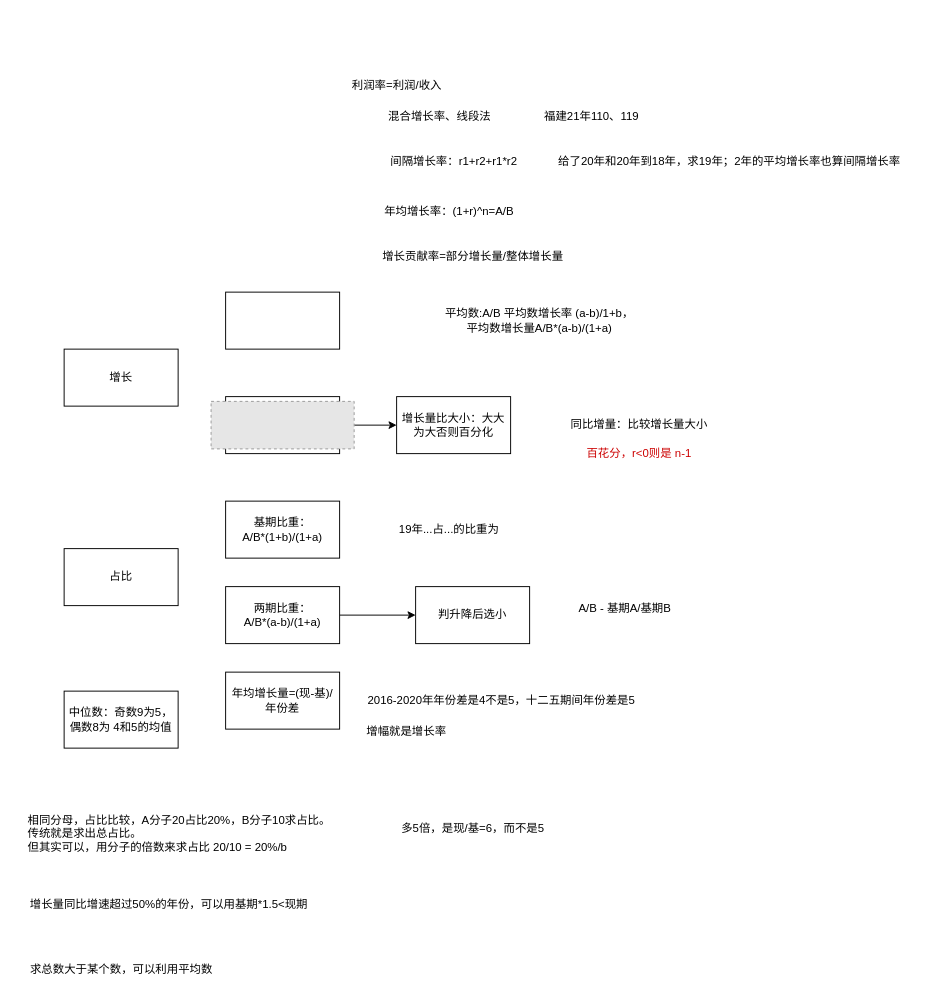
Earlier version of the draw.io diagram 未命名绘图.drawio (cguank/-). Source tidied: cells renumbered, new cells numbered last; positions are measured from the earlier drawing's top-left corner, leaving out a move shared by most shapes. Both pictures are drawn from the tidied source at 95%, with x=0, y=0 at pixel (16, 71). Pictures stored in the file or linked from it are replaced by grey dashed boxes.
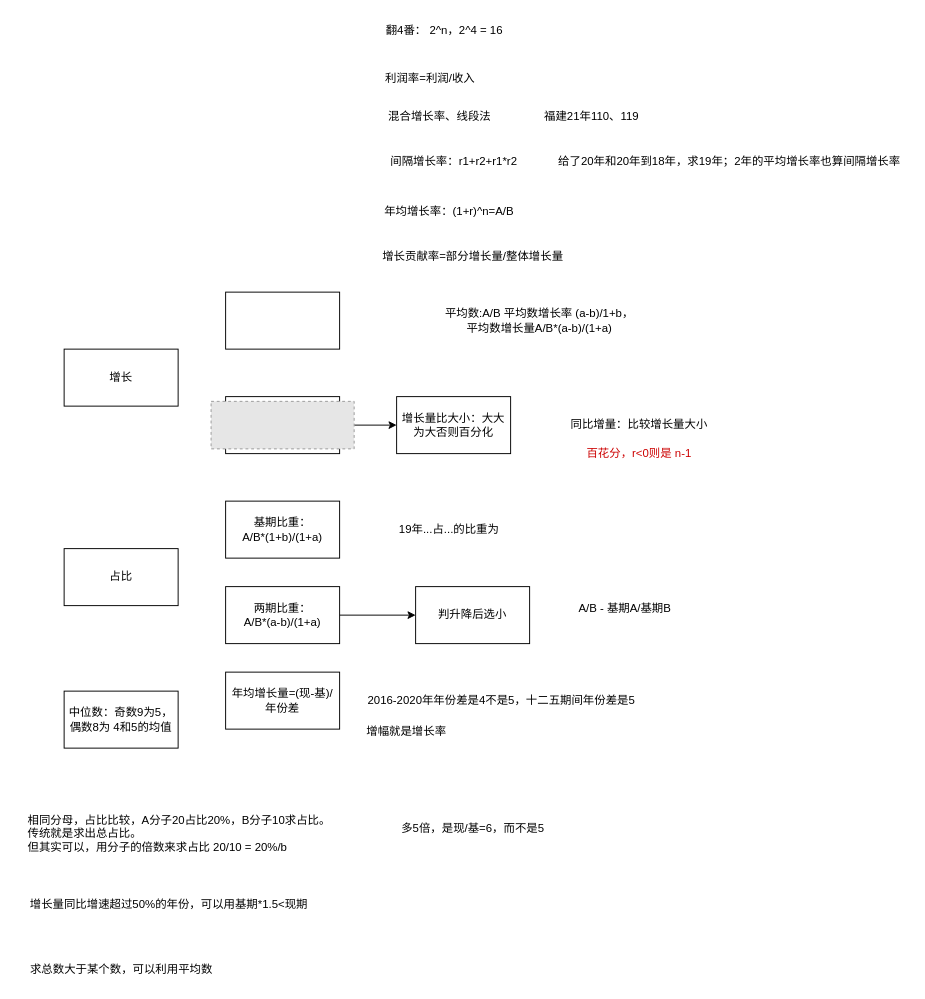
The same diagram, later.

Commit message:
更新未命名绘图.drawio

Change to the diagram source:
```diff
@@
     <mxCell id="32" value="利润率=利润/收入" style="text;html=1;align=center;verticalAlign=middle;strokeColor=none;fillColor=none;" parent="1" vertex="1">
-      <mxGeometry x="340" width="120" height="30" as="geometry" />
+      <mxGeometry x="375" y="-8" width="120" height="30" as="geometry" />
     </mxCell>
+    <mxCell id="33" value="翻4番：&amp;nbsp;2^n，2^4 = 16" style="text;html=1;align=center;verticalAlign=middle;strokeColor=none;fillColor=none;" parent="1" vertex="1">
+      <mxGeometry x="375" y="-58" width="150" height="30" as="geometry" />
+    </mxCell>
```
